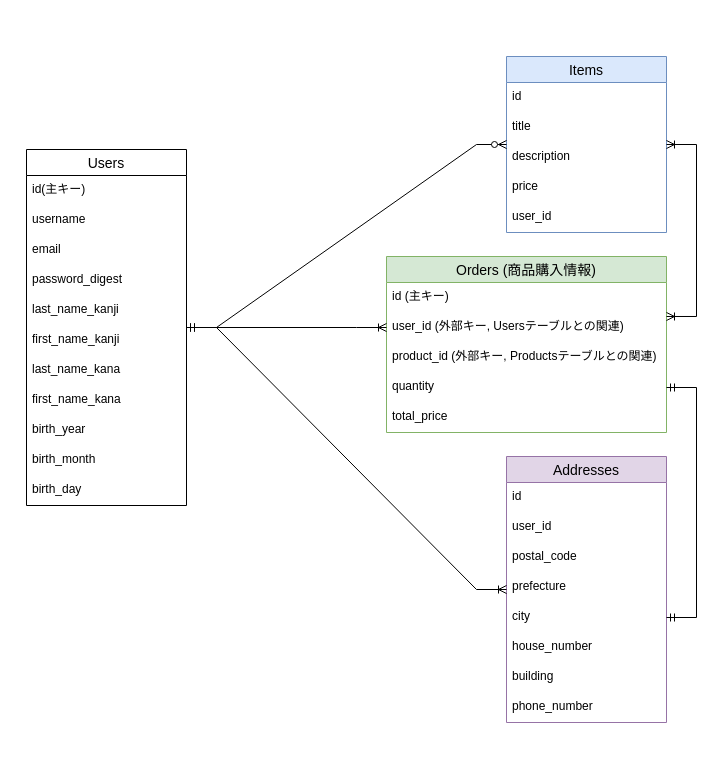
Before: test.dio in IP-C/furima-39441-d, a draw.io diagram. Source tidied: cells renumbered, new cells numbered last; positions are measured from the earlier drawing's top-left corner, leaving out a move shared by most shapes. Both pictures are drawn from the tidied source at 100%, with x=0, y=0 at pixel (26, 56).
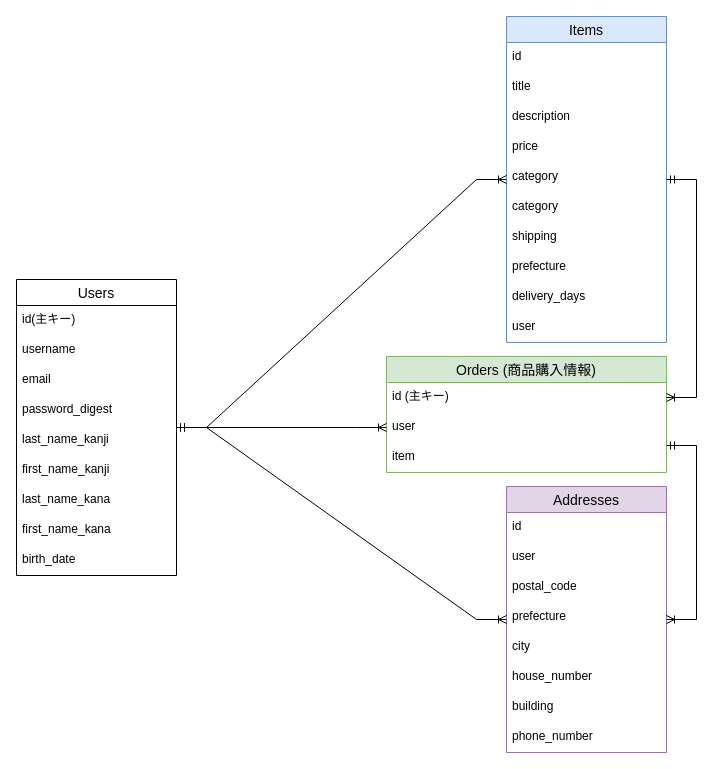
Above is the later version.

The change refers to these unchanged cells:
```xml
<mxCell id="21" value="id (主キー)" style="text;strokeColor=none;fillColor=none;spacingLeft=4;spacingRight=4;overflow=hidden;points=[[0,0.5],[1,0.5]];portConstraint=eastwest;fontSize=12;" parent="20" vertex="1">
  <mxGeometry y="26" width="280" height="30" as="geometry" />
</mxCell>
<mxCell id="32" value="city" style="text;strokeColor=none;fillColor=none;spacingLeft=4;spacingRight=4;overflow=hidden;points=[[0,0.5],[1,0.5]];portConstraint=eastwest;fontSize=12;fontFamily=Helvetica;fontColor=default;" parent="27" vertex="1">
  <mxGeometry y="146" width="160" height="30" as="geometry" />
</mxCell>
```

Change to the diagram source:
```diff
@@
     <mxCell id="2" value="Users" style="swimlane;fontStyle=0;horizontal=1;startSize=26;align=center;fontSize=14;" parent="1" vertex="1">
-      <mxGeometry y="93" width="160" height="356" as="geometry" />
+      <mxGeometry x="-10" y="223" width="160" height="296" as="geometry" />
     </mxCell>
@@
-    <mxCell id="11" value="birth_year" style="text;strokeColor=none;fillColor=none;spacingLeft=4;spacingRight=4;overflow=hidden;fontSize=12;fontFamily=Helvetica;fontColor=default;" parent="2" vertex="1">
-      <mxGeometry y="266" width="160" height="30" as="geometry" />
-    </mxCell>
-    <mxCell id="12" value="birth_month" style="text;strokeColor=none;fillColor=none;spacingLeft=4;spacingRight=4;overflow=hidden;fontSize=12;fontFamily=Helvetica;fontColor=default;" parent="2" vertex="1">
-      <mxGeometry y="296" width="160" height="30" as="geometry" />
+    <mxCell id="12" value="birth_date" style="text;strokeColor=none;fillColor=none;spacingLeft=4;spacingRight=4;overflow=hidden;fontSize=12;fontFamily=Helvetica;fontColor=default;" parent="2" vertex="1">
+      <mxGeometry y="266" width="160" height="30" as="geometry" />
     </mxCell>
-    <mxCell id="13" value="birth_day" style="text;strokeColor=none;fillColor=none;spacingLeft=4;spacingRight=4;overflow=hidden;fontSize=12;fontFamily=Helvetica;fontColor=default;" parent="2" vertex="1">
-      <mxGeometry y="326" width="160" height="30" as="geometry" />
-    </mxCell>
     <mxCell id="14" value="Items" style="swimlane;fontStyle=0;horizontal=1;startSize=26;align=center;fontSize=14;fillColor=#dae8fc;strokeColor=#6c8ebf;" parent="1" vertex="1">
-      <mxGeometry x="480" width="160" height="176" as="geometry" />
+      <mxGeometry x="480" y="-40" width="160" height="326" as="geometry" />
     </mxCell>
@@
+    <mxCell id="40" value="category" style="text;strokeColor=none;fillColor=none;spacingLeft=4;spacingRight=4;overflow=hidden;fontSize=12;fontFamily=Helvetica;fontColor=default;" parent="14" vertex="1">
+      <mxGeometry y="146" width="160" height="30" as="geometry" />
+    </mxCell>
+    <mxCell id="41" value="category" style="text;strokeColor=none;fillColor=none;spacingLeft=4;spacingRight=4;overflow=hidden;fontSize=12;fontFamily=Helvetica;fontColor=default;" parent="14" vertex="1">
+      <mxGeometry y="176" width="160" height="30" as="geometry" />
+    </mxCell>
+    <mxCell id="42" value="shipping" style="text;strokeColor=none;fillColor=none;spacingLeft=4;spacingRight=4;overflow=hidden;fontSize=12;fontFamily=Helvetica;fontColor=default;" parent="14" vertex="1">
+      <mxGeometry y="206" width="160" height="30" as="geometry" />
+    </mxCell>
+    <mxCell id="43" value="prefecture" style="text;strokeColor=none;fillColor=none;spacingLeft=4;spacingRight=4;overflow=hidden;fontSize=12;fontFamily=Helvetica;fontColor=default;" parent="14" vertex="1">
+      <mxGeometry y="236" width="160" height="30" as="geometry" />
+    </mxCell>
+    <mxCell id="44" value="delivery_days" style="text;strokeColor=none;fillColor=none;spacingLeft=4;spacingRight=4;overflow=hidden;fontSize=12;fontFamily=Helvetica;fontColor=default;" parent="14" vertex="1">
+      <mxGeometry y="266" width="160" height="30" as="geometry" />
+    </mxCell>
-    <mxCell id="19" value="user_id" style="text;strokeColor=none;fillColor=none;spacingLeft=4;spacingRight=4;overflow=hidden;fontSize=12;" parent="14" vertex="1">
-      <mxGeometry y="146" width="160" height="30" as="geometry" />
+    <mxCell id="19" value="user" style="text;strokeColor=none;fillColor=none;spacingLeft=4;spacingRight=4;overflow=hidden;fontSize=12;" parent="14" vertex="1">
+      <mxGeometry y="296" width="160" height="30" as="geometry" />
     </mxCell>
     <mxCell id="20" value="Orders (商品購入情報)" style="swimlane;fontStyle=0;horizontal=1;startSize=26;align=center;fontSize=14;fillColor=#d5e8d4;strokeColor=#82b366;" parent="1" vertex="1">
-      <mxGeometry x="360" y="200" width="280" height="176" as="geometry" />
+      <mxGeometry x="360" y="300" width="280" height="116" as="geometry" />
     </mxCell>
@@
-    <mxCell id="22" value="user_id (外部キー, Usersテーブルとの関連)" style="text;strokeColor=none;fillColor=none;spacingLeft=4;spacingRight=4;overflow=hidden;points=[[0,0.5],[1,0.5]];portConstraint=eastwest;fontSize=12;" parent="20" vertex="1">
+    <mxCell id="22" value="user" style="text;strokeColor=none;fillColor=none;spacingLeft=4;spacingRight=4;overflow=hidden;points=[[0,0.5],[1,0.5]];portConstraint=eastwest;fontSize=12;" parent="20" vertex="1">
       <mxGeometry y="56" width="280" height="30" as="geometry" />
     </mxCell>
-    <mxCell id="23" value="product_id (外部キー, Productsテーブルとの関連)" style="text;strokeColor=none;fillColor=none;spacingLeft=4;spacingRight=4;overflow=hidden;points=[[0,0.5],[1,0.5]];portConstraint=eastwest;fontSize=12;" parent="20" vertex="1">
+    <mxCell id="23" value="item" style="text;strokeColor=none;fillColor=none;spacingLeft=4;spacingRight=4;overflow=hidden;points=[[0,0.5],[1,0.5]];portConstraint=eastwest;fontSize=12;" parent="20" vertex="1">
       <mxGeometry y="86" width="280" height="30" as="geometry" />
     </mxCell>
-    <mxCell id="24" value="quantity" style="text;strokeColor=none;fillColor=none;spacingLeft=4;spacingRight=4;overflow=hidden;points=[[0,0.5],[1,0.5]];portConstraint=eastwest;fontSize=12;" parent="20" vertex="1">
-      <mxGeometry y="116" width="280" height="30" as="geometry" />
-    </mxCell>
-    <mxCell id="25" value="total_price" style="text;strokeColor=none;fillColor=none;spacingLeft=4;spacingRight=4;overflow=hidden;fontSize=12;" parent="20" vertex="1">
-      <mxGeometry y="146" width="280" height="30" as="geometry" />
-    </mxCell>
-    <mxCell id="26" style="edgeStyle=entityRelationEdgeStyle;fontSize=12;html=1;endArrow=ERoneToMany;startArrow=ERoneToMany;rounded=0;labelBackgroundColor=default;strokeColor=default;fontFamily=Helvetica;fontColor=default;shape=connector;exitX=1;exitY=0.133;exitDx=0;exitDy=0;exitPerimeter=0;" parent="1" edge="1" source="22" target="14">
-      <mxGeometry relative="1" as="geometry" />
-    </mxCell>
     <mxCell id="27" value="Addresses" style="swimlane;fontStyle=0;horizontal=1;startSize=26;align=center;fontSize=14;fontFamily=Helvetica;fillColor=#e1d5e7;strokeColor=#9673a6;" parent="1" vertex="1">
-      <mxGeometry x="480" y="400" width="160" height="266" as="geometry" />
+      <mxGeometry x="480" y="430" width="160" height="266" as="geometry" />
     </mxCell>
@@
-    <mxCell id="29" value="user_id" style="text;strokeColor=none;fillColor=none;spacingLeft=4;spacingRight=4;overflow=hidden;fontSize=12;fontFamily=Helvetica;fontColor=default;" parent="27" vertex="1">
+    <mxCell id="29" value="user" style="text;strokeColor=none;fillColor=none;spacingLeft=4;spacingRight=4;overflow=hidden;fontSize=12;fontFamily=Helvetica;fontColor=default;" parent="27" vertex="1">
       <mxGeometry y="56" width="160" height="30" as="geometry" />
     </mxCell>
@@
-    <mxCell id="36" style="edgeStyle=entityRelationEdgeStyle;fontSize=12;html=1;endArrow=ERmandOne;startArrow=ERmandOne;rounded=0;labelBackgroundColor=default;strokeColor=default;fontFamily=Helvetica;fontColor=default;shape=connector;exitX=1;exitY=0.5;exitDx=0;exitDy=0;entryX=1;entryY=0.5;entryDx=0;entryDy=0;" parent="1" edge="1" source="32" target="24">
-      <mxGeometry relative="1" as="geometry" />
-    </mxCell>
-    <mxCell id="37" style="edgeStyle=entityRelationEdgeStyle;fontSize=12;html=1;endArrow=ERzeroToMany;startArrow=ERmandOne;rounded=0;labelBackgroundColor=default;strokeColor=default;fontFamily=Helvetica;fontColor=default;shape=connector;" parent="1" edge="1" source="2" target="14">
-      <mxGeometry relative="1" as="geometry" />
-    </mxCell>
@@
+    <mxCell id="37" style="edgeStyle=entityRelationEdgeStyle;fontSize=12;html=1;endArrow=ERoneToMany;startArrow=ERmandOne;rounded=0;labelBackgroundColor=default;strokeColor=default;fontFamily=Helvetica;fontColor=default;shape=connector;" parent="1" edge="1" source="2" target="14">
+      <mxGeometry relative="1" as="geometry" />
+    </mxCell>
+    <mxCell id="45" style="edgeStyle=entityRelationEdgeStyle;fontSize=12;html=1;endArrow=ERoneToMany;startArrow=ERmandOne;rounded=0;labelBackgroundColor=default;strokeColor=default;fontFamily=Helvetica;fontColor=default;shape=connector;entryX=1;entryY=0.5;entryDx=0;entryDy=0;" parent="1" edge="1" source="14" target="21">
+      <mxGeometry relative="1" as="geometry" />
+    </mxCell>
+    <mxCell id="46" style="edgeStyle=entityRelationEdgeStyle;fontSize=12;html=1;endArrow=ERoneToMany;startArrow=ERmandOne;rounded=0;labelBackgroundColor=default;strokeColor=default;fontFamily=Helvetica;fontColor=default;shape=connector;exitX=1;exitY=0.1;exitDx=0;exitDy=0;exitPerimeter=0;" parent="1" edge="1" source="23" target="27">
+      <mxGeometry relative="1" as="geometry" />
+    </mxCell>
```
